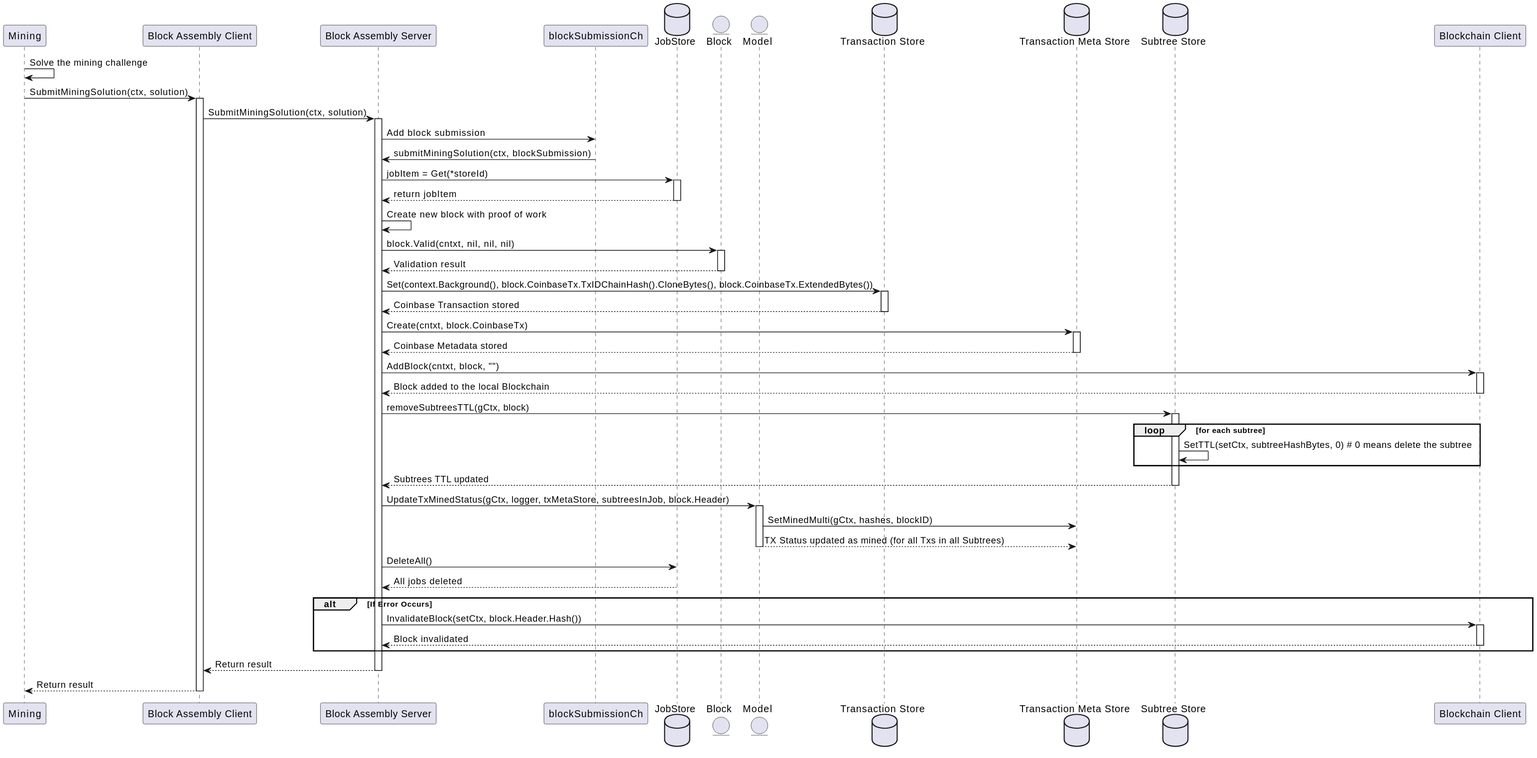
The PlantUML diagram docs/services/img/plantuml/blockassembly/block_assembly_submit_mining_solution.svg in freemans13/teranode, before a commit. Its source is kept beside it as docs/services/img/plantuml/blockassembly/block_assembly_submit_mining_solution.puml.
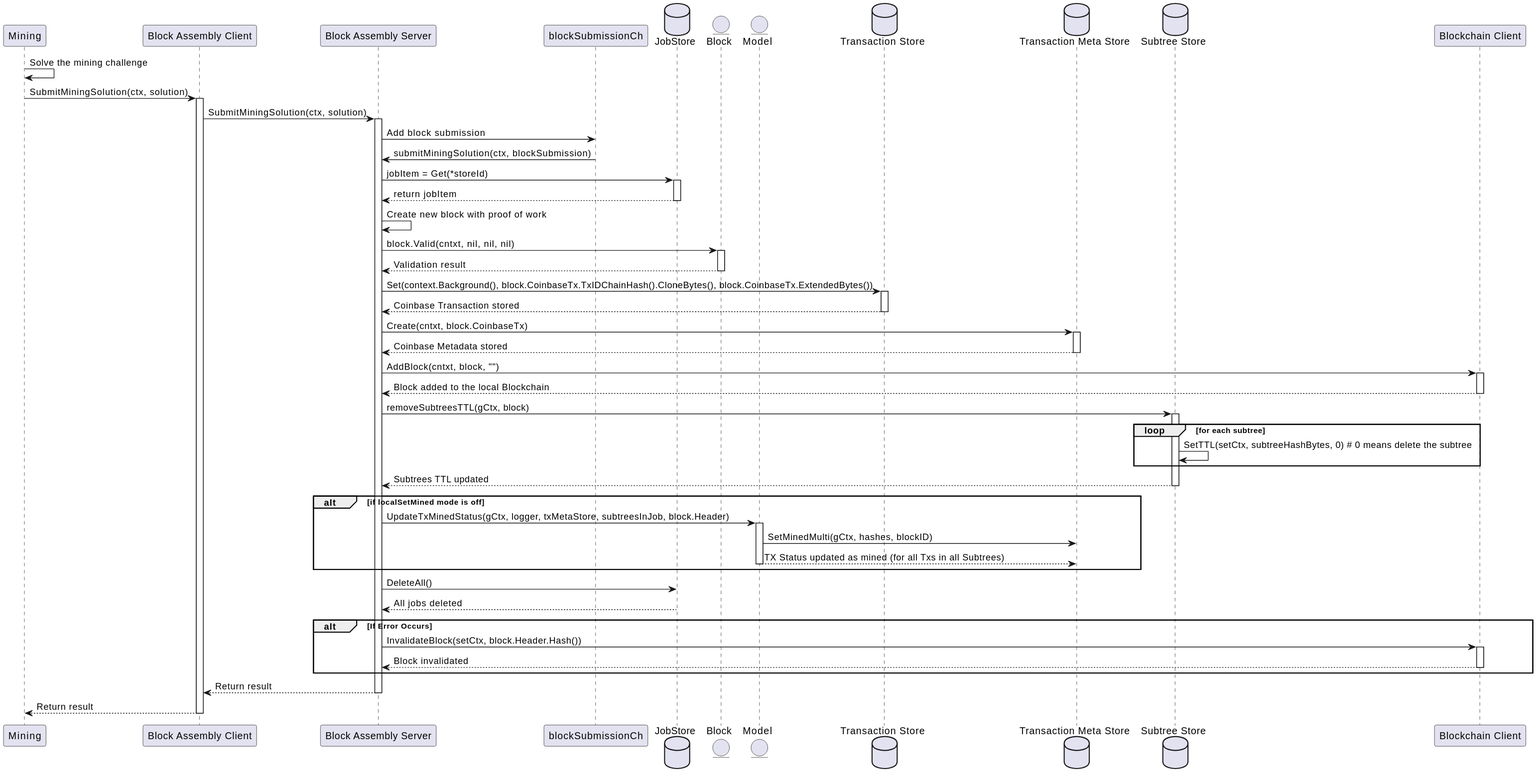
After the commit.

Diff of the diagram source:
```diff
@@ -56,11 +56,15 @@
 SubtreeStore --> Server : Subtrees TTL updated
 deactivate SubtreeStore
 
-Server -> Model : UpdateTxMinedStatus(gCtx, logger, txMetaStore, subtreesInJob, block.Header)
-activate Model
-Model -> TxMetaStore: SetMinedMulti(gCtx, hashes, blockID)
-Model --> TxMetaStore : TX Status updated as mined (for all Txs in all Subtrees)
-deactivate Model
+alt if localSetMined mode is off
+    Server -> Model : UpdateTxMinedStatus(gCtx, logger, txMetaStore, subtreesInJob, block.Header)
+    activate Model
+    Model -> TxMetaStore: SetMinedMulti(gCtx, hashes, blockID)
+    Model --> TxMetaStore : TX Status updated as mined (for all Txs in all Subtrees)
+    deactivate Model
+end
+
+
 
 Server -> JobStore : DeleteAll()
 JobStore --> Server : All jobs deleted
```
